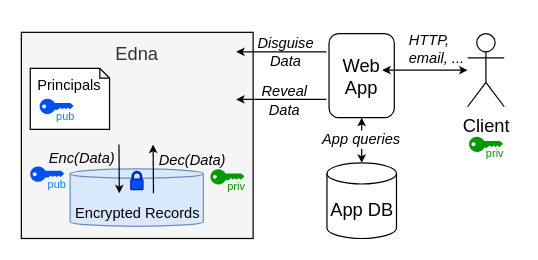
The draw.io diagram page "EDNA" (2 of 13) of papers/osdi22/figs/edna.drawio in tslilyai/data_disguises_lobsters, before the edit. Source tidied: cells renumbered, new cells numbered last; positions are measured from the earlier drawing's top-left corner, leaving out a move shared by most shapes. Both pictures are drawn from the tidied source at 122%, with x=0, y=0 at pixel (21, 32).
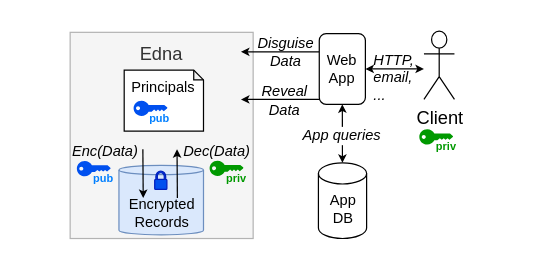
The same diagram, later.

Diff of the diagram source:
```diff
@@
-    <mxCell id="2" value="&lt;div&gt;HTTP, &lt;br&gt;email, ...&lt;/div&gt;" style="text;html=1;strokeColor=none;fillColor=none;align=left;verticalAlign=middle;whiteSpace=wrap;rounded=0;fontSize=12;fontColor=#000000;labelBackgroundColor=#ffffff;fontStyle=2;" parent="1" vertex="1">
-      <mxGeometry x="315.8" y="6" width="90" height="15" as="geometry" />
+    <mxCell id="2" value="&lt;div&gt;HTTP, &lt;br&gt;email, &lt;br&gt;...&lt;/div&gt;" style="text;html=1;strokeColor=none;fillColor=none;align=left;verticalAlign=middle;whiteSpace=wrap;rounded=0;fontSize=12;fontColor=#000000;labelBackgroundColor=#ffffff;fontStyle=2;" parent="1" vertex="1">
+      <mxGeometry x="287" y="29.5" width="90" height="15" as="geometry" />
     </mxCell>
@@
-    <mxCell id="4" value="App DB" style="shape=cylinder3;whiteSpace=wrap;html=1;boundedLbl=1;backgroundOutline=1;size=8.655172413793196;fillColor=none;fontSize=15;" parent="1" vertex="1">
-      <mxGeometry x="250.5" y="107" width="57" height="62" as="geometry" />
+    <mxCell id="4" value="App DB" style="shape=cylinder3;whiteSpace=wrap;html=1;boundedLbl=1;backgroundOutline=1;size=8.655172413793196;fillColor=none;fontSize=12;" parent="1" vertex="1">
+      <mxGeometry x="243.5" y="107" width="39.5" height="62" as="geometry" />
     </mxCell>
-    <mxCell id="5" value="&lt;div&gt;Web App&lt;/div&gt;" style="rounded=1;whiteSpace=wrap;html=1;fillColor=none;fontSize=15;" parent="1" vertex="1">
-      <mxGeometry x="252.2" y="1" width="53.5" height="69" as="geometry" />
+    <mxCell id="5" value="&lt;div style=&quot;font-size: 12px;&quot;&gt;Web App&lt;/div&gt;" style="rounded=1;whiteSpace=wrap;html=1;fillColor=none;fontSize=12;" parent="1" vertex="1">
+      <mxGeometry x="244.2" y="1" width="37.8" height="58" as="geometry" />
     </mxCell>
-    <mxCell id="6" value="&lt;div&gt;&lt;br&gt;Edna&lt;br&gt;&lt;/div&gt;" style="rounded=0;whiteSpace=wrap;html=1;fillColor=#f5f5f5;fontSize=15;fontColor=#333333;flipV=1;horizontal=1;verticalAlign=top;spacing=0;spacingTop=-14;" parent="1" vertex="1">
-      <mxGeometry width="190" height="169" as="geometry" />
+    <mxCell id="6" value="&lt;div&gt;&lt;br&gt;Edna&lt;br&gt;&lt;/div&gt;" style="rounded=0;whiteSpace=wrap;html=1;fillColor=#f5f5f5;fontSize=15;fontColor=#333333;flipV=1;horizontal=1;verticalAlign=top;spacing=0;spacingTop=-14;strokeColor=#B3B3B3;" parent="1" vertex="1">
+      <mxGeometry x="40" width="150" height="169" as="geometry" />
     </mxCell>
     <mxCell id="7" style="endArrow=classic;html=1;strokeWidth=1;fontSize=15;fontColor=#000000;entryX=1.042;entryY=0.819;entryDx=0;entryDy=0;entryPerimeter=0;endSize=4;startSize=4;" parent="1" edge="1">
       <mxGeometry relative="1" as="geometry">
-        <mxPoint x="250" y="16" as="sourcePoint" />
-        <mxPoint x="176" y="16" as="targetPoint" />
+        <mxPoint x="244" y="16" as="sourcePoint" />
+        <mxPoint x="180" y="16" as="targetPoint" />
       </mxGeometry>
     </mxCell>
@@
     <mxCell id="9" value="App queries" style="text;html=1;strokeColor=none;fillColor=none;align=center;verticalAlign=middle;whiteSpace=wrap;rounded=0;fontSize=12;fontColor=#000000;labelBackgroundColor=#ffffff;fontStyle=2;" parent="1" vertex="1">
-      <mxGeometry x="234" y="80.5" width="90" height="15" as="geometry" />
+      <mxGeometry x="218.2" y="77" width="90" height="15" as="geometry" />
     </mxCell>
     <mxCell id="10" value="&lt;div&gt;Principals&lt;/div&gt;" style="shape=note;whiteSpace=wrap;html=1;backgroundOutline=1;darkOpacity=0.05;size=8;labelBackgroundColor=none;horizontal=1;verticalAlign=top;" parent="1" vertex="1">
-      <mxGeometry x="7.3" y="29.5" width="65" height="50" as="geometry" />
+      <mxGeometry x="84.3" y="31" width="65" height="50" as="geometry" />
     </mxCell>
@@
     <mxCell id="12" style="endArrow=classic;html=1;strokeWidth=1;fontSize=15;fontColor=#000000;entryX=1.042;entryY=0.819;entryDx=0;entryDy=0;entryPerimeter=0;endSize=4;startSize=4;" parent="1" edge="1">
       <mxGeometry relative="1" as="geometry">
-        <mxPoint x="250" y="55" as="sourcePoint" />
-        <mxPoint x="176" y="55" as="targetPoint" />
+        <mxPoint x="244" y="55" as="sourcePoint" />
+        <mxPoint x="180" y="55" as="targetPoint" />
       </mxGeometry>
     </mxCell>
-    <mxCell id="13" value="Encrypted Records" style="shape=cylinder3;html=1;boundedLbl=1;backgroundOutline=1;size=3.8275862068964557;labelPosition=center;verticalLabelPosition=middle;align=center;verticalAlign=bottom;fillColor=#dae8fc;strokeColor=#6c8ebf;" parent="1" vertex="1">
-      <mxGeometry x="40" y="112" width="109.2" height="47" as="geometry" />
+    <mxCell id="13" value="Encrypted &lt;br&gt;Records" style="shape=cylinder3;html=1;boundedLbl=1;backgroundOutline=1;size=3.8275862068964557;labelPosition=center;verticalLabelPosition=middle;align=center;verticalAlign=bottom;fillColor=#dae8fc;strokeColor=#6c8ebf;" parent="1" vertex="1">
+      <mxGeometry x="80" y="109" width="69.3" height="57" as="geometry" />
     </mxCell>
     <mxCell id="14" style="shadow=0;dashed=0;html=1;fillColor=#0050ef;labelPosition=center;verticalLabelPosition=bottom;verticalAlign=top;align=center;shape=mxgraph.office.security.lock_protected;fontColor=#ffffff;strokeColor=#001DBC;" parent="1" vertex="1">
-      <mxGeometry x="89.7" y="114" width="10" height="15" as="geometry" />
+      <mxGeometry x="109.3" y="113.8" width="10" height="15" as="geometry" />
     </mxCell>
     <mxCell id="15" value="&lt;div&gt;Client&lt;/div&gt;&lt;div&gt;&lt;br&gt;&lt;/div&gt;" style="shape=umlActor;verticalLabelPosition=bottom;verticalAlign=top;html=1;fontSize=15;" parent="1" vertex="1">
-      <mxGeometry x="365.8" y="1" width="30" height="60" as="geometry" />
+      <mxGeometry x="330" y="-1" width="25" height="56" as="geometry" />
     </mxCell>
     <mxCell id="16" style="endArrow=classic;html=1;strokeWidth=1;fontSize=15;fontColor=#000000;startArrow=classic;startFill=1;endSize=4;startSize=4;exitX=1;exitY=0.5;exitDx=0;exitDy=0;" parent="1" edge="1">
       <mxGeometry relative="1" as="geometry">
-        <mxPoint x="295.8" y="31" as="sourcePoint" />
-        <mxPoint x="365.8" y="31" as="targetPoint" />
+        <mxPoint x="282" y="30" as="sourcePoint" />
+        <mxPoint x="330" y="30" as="targetPoint" />
       </mxGeometry>
     </mxCell>
-    <mxCell id="17" value="priv" style="verticalLabelPosition=bottom;sketch=0;html=1;verticalAlign=top;align=center;shape=mxgraph.cisco19.key;fillColor=#009900;strokeColor=default;fontSize=9;fontColor=#009900;spacingLeft=15;spacingTop=-10;" parent="1" vertex="1">
-      <mxGeometry x="367" y="85.5" width="27.8" height="12.5" as="geometry" />
+    <mxCell id="17" value="priv" style="verticalLabelPosition=bottom;sketch=0;html=1;verticalAlign=top;align=center;shape=mxgraph.cisco19.key;fillColor=#009900;strokeColor=default;fontSize=9;fontColor=#009900;spacingLeft=15;spacingTop=-10;fontStyle=1;" parent="1" vertex="1">
+      <mxGeometry x="326.2" y="79.5" width="27.8" height="12.5" as="geometry" />
     </mxCell>
-    <mxCell id="18" value="priv" style="verticalLabelPosition=bottom;sketch=0;html=1;verticalAlign=top;align=center;shape=mxgraph.cisco19.key;fillColor=#009900;strokeColor=default;fontSize=9;fontColor=#009900;spacingLeft=15;spacingTop=-10;" parent="1" vertex="1">
-      <mxGeometry x="155" y="112.2" width="27.8" height="12.5" as="geometry" />
+    <mxCell id="18" value="priv" style="verticalLabelPosition=bottom;sketch=0;html=1;verticalAlign=top;align=center;shape=mxgraph.cisco19.key;fillColor=#009900;strokeColor=default;fontSize=9;fontColor=#009900;spacingLeft=15;spacingTop=-10;fontStyle=1;" parent="1" vertex="1">
+      <mxGeometry x="154.3" y="105.2" width="27.8" height="12.5" as="geometry" />
     </mxCell>
-    <mxCell id="19" value="&lt;div&gt;pub&lt;/div&gt;" style="verticalLabelPosition=bottom;sketch=0;html=1;verticalAlign=top;align=center;shape=mxgraph.cisco19.key;fillColor=#0050ef;strokeColor=#001DBC;fontSize=9;fontColor=#007FFF;spacingLeft=15;spacingTop=-10;" parent="1" vertex="1">
-      <mxGeometry x="7.3" y="110" width="27.8" height="12.5" as="geometry" />
+    <mxCell id="19" value="&lt;div&gt;pub&lt;/div&gt;" style="verticalLabelPosition=bottom;sketch=0;html=1;verticalAlign=top;align=center;shape=mxgraph.cisco19.key;fillColor=#0050ef;strokeColor=#001DBC;fontSize=9;fontColor=#007FFF;spacingLeft=15;spacingTop=-10;fontStyle=1;" parent="1" vertex="1">
+      <mxGeometry x="45.5" y="105.5" width="27.8" height="12.5" as="geometry" />
     </mxCell>
-    <mxCell id="20" value="&lt;div&gt;pub&lt;/div&gt;" style="verticalLabelPosition=bottom;sketch=0;html=1;verticalAlign=top;align=center;shape=mxgraph.cisco19.key;fillColor=#0050ef;strokeColor=#001DBC;fontSize=9;fontColor=#007FFF;spacingLeft=15;spacingTop=-10;" parent="1" vertex="1">
-      <mxGeometry x="15" y="54.5" width="27.8" height="12.5" as="geometry" />
+    <mxCell id="20" value="&lt;div&gt;pub&lt;/div&gt;" style="verticalLabelPosition=bottom;sketch=0;html=1;verticalAlign=top;align=center;shape=mxgraph.cisco19.key;fillColor=#0050ef;strokeColor=#001DBC;fontSize=9;fontColor=#007FFF;spacingLeft=15;spacingTop=-10;fontStyle=1;" parent="1" vertex="1">
+      <mxGeometry x="92" y="56" width="27.8" height="12.5" as="geometry" />
     </mxCell>
     <mxCell id="21" value="&lt;div style=&quot;font-size: 12px&quot;&gt;Dec(Data)&lt;/div&gt;" style="text;html=1;strokeColor=none;fillColor=none;align=center;verticalAlign=middle;whiteSpace=wrap;rounded=0;fontSize=12;fontColor=#000000;labelBackgroundColor=none;fontStyle=2;" parent="1" vertex="1">
-      <mxGeometry x="118" y="94.5" width="44.5" height="20" as="geometry" />
+      <mxGeometry x="137.6" y="87.5" width="44.5" height="20" as="geometry" />
     </mxCell>
     <mxCell id="22" value="&lt;div style=&quot;font-size: 12px&quot;&gt;Enc(Data)&lt;/div&gt;" style="text;html=1;strokeColor=none;fillColor=none;align=center;verticalAlign=middle;whiteSpace=wrap;rounded=0;fontSize=12;fontColor=#000000;labelBackgroundColor=none;fontStyle=2;" parent="1" vertex="1">
-      <mxGeometry x="20.7" y="93.5" width="58.2" height="20" as="geometry" />
+      <mxGeometry x="40.4" y="87.5" width="58.2" height="20" as="geometry" />
     </mxCell>
     <mxCell id="23" style="endArrow=classic;html=1;strokeWidth=1;fontSize=15;fontColor=#000000;startArrow=none;startFill=0;endSize=4;startSize=4;" parent="1" edge="1">
       <mxGeometry relative="1" as="geometry">
-        <mxPoint x="80" y="92" as="sourcePoint" />
-        <mxPoint x="80.3" y="132" as="targetPoint" />
+        <mxPoint x="99.6" y="95.8" as="sourcePoint" />
+        <mxPoint x="99.9" y="135.8" as="targetPoint" />
       </mxGeometry>
     </mxCell>
     <mxCell id="24" style="endArrow=classic;html=1;strokeWidth=1;fontSize=15;fontColor=#000000;startArrow=none;startFill=0;endSize=4;startSize=4;" parent="1" edge="1">
       <mxGeometry relative="1" as="geometry">
-        <mxPoint x="108.3" y="132" as="sourcePoint" />
-        <mxPoint x="108" y="92" as="targetPoint" />
+        <mxPoint x="127.9" y="135.8" as="sourcePoint" />
+        <mxPoint x="127.6" y="95.8" as="targetPoint" />
       </mxGeometry>
     </mxCell>
```
